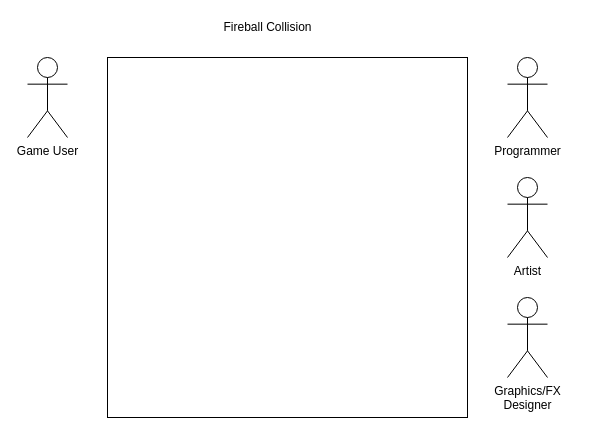
nateqdruen/CISC210Draw keeps this draw.io diagram as CISC210_Fireballs_Druen.drawio. Above is the earlier version. Source tidied: cells renumbered, new cells numbered last; positions are measured from the earlier drawing's top-left corner, leaving out a move shared by most shapes. Both pictures are drawn from the tidied source at 100%, with x=0, y=0 at pixel (27, 17).
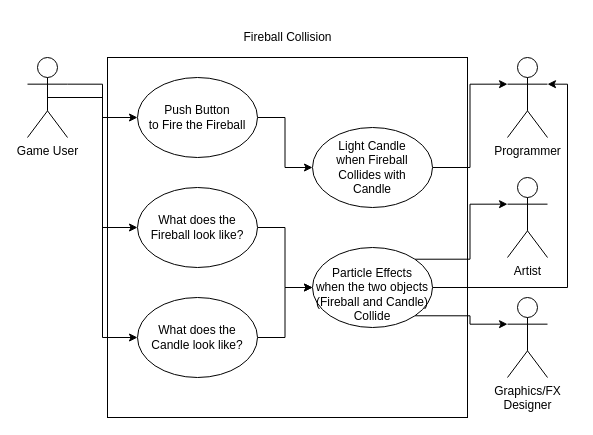
The same diagram, later.

The change refers to these unchanged cells:
```xml
<mxCell id="3" value="&lt;div&gt;Game User&lt;/div&gt;" style="shape=umlActor;verticalLabelPosition=bottom;labelBackgroundColor=#ffffff;verticalAlign=top;html=1;outlineConnect=0;" parent="1" vertex="1">
  <mxGeometry y="40" width="40" height="80" as="geometry" />
</mxCell>
<mxCell id="4" value="&lt;div&gt;Programmer&lt;/div&gt;" style="shape=umlActor;verticalLabelPosition=bottom;labelBackgroundColor=#ffffff;verticalAlign=top;html=1;outlineConnect=0;" parent="1" vertex="1">
  <mxGeometry x="480" y="40" width="40" height="80" as="geometry" />
</mxCell>
<mxCell id="6" value="&lt;div&gt;Artist&lt;/div&gt;" style="shape=umlActor;verticalLabelPosition=bottom;labelBackgroundColor=#ffffff;verticalAlign=top;html=1;outlineConnect=0;" parent="1" vertex="1">
  <mxGeometry x="480" y="160" width="40" height="80" as="geometry" />
</mxCell>
<mxCell id="7" value="&lt;div&gt;Graphics/FX&lt;/div&gt;&lt;div&gt;Designer&lt;/div&gt;" style="shape=umlActor;verticalLabelPosition=bottom;labelBackgroundColor=#ffffff;verticalAlign=top;html=1;outlineConnect=0;" parent="1" vertex="1">
  <mxGeometry x="480" y="280" width="40" height="80" as="geometry" />
</mxCell>
```

The edit, as a diff of the source:
```diff
@@
+    <mxCell id="8" style="edgeStyle=orthogonalEdgeStyle;rounded=0;jettySize=auto;html=1;exitX=1;exitY=0.3333333333333333;exitDx=0;exitDy=0;exitPerimeter=0;" parent="1" edge="1" source="3" target="12">
+      <mxGeometry relative="1" as="geometry" />
+    </mxCell>
+    <mxCell id="9" style="edgeStyle=orthogonalEdgeStyle;rounded=0;jettySize=auto;html=1;exitX=0.5;exitY=0.5;exitDx=0;exitDy=0;exitPerimeter=0;entryX=0;entryY=0.5;entryDx=0;entryDy=0;" parent="1" edge="1" source="3" target="14">
+      <mxGeometry relative="1" as="geometry" />
+    </mxCell>
+    <mxCell id="10" style="edgeStyle=orthogonalEdgeStyle;rounded=0;jettySize=auto;html=1;entryX=0;entryY=0.5;entryDx=0;entryDy=0;" parent="1" edge="1" source="3" target="16">
+      <mxGeometry relative="1" as="geometry" />
+    </mxCell>
@@
     <mxCell id="5" value="&lt;div&gt;Fireball Collision&lt;/div&gt;" style="text;html=1;align=center;verticalAlign=middle;fillColor=none;strokeColor=none;rounded=0;" parent="1" vertex="1">
-      <mxGeometry x="185" width="110" height="20" as="geometry" />
+      <mxGeometry x="205" y="10" width="110" height="20" as="geometry" />
     </mxCell>
@@
+    <mxCell id="11" style="edgeStyle=orthogonalEdgeStyle;rounded=0;jettySize=auto;html=1;exitX=1;exitY=0.5;exitDx=0;exitDy=0;" parent="1" edge="1" source="12" target="18">
+      <mxGeometry relative="1" as="geometry" />
+    </mxCell>
+    <mxCell id="12" value="&lt;div&gt;Push Button&lt;/div&gt;&lt;div&gt;to Fire the Fireball&lt;br&gt;&lt;/div&gt;" style="ellipse;whiteSpace=wrap;html=1;" parent="1" vertex="1">
+      <mxGeometry x="110" y="60" width="120" height="80" as="geometry" />
+    </mxCell>
+    <mxCell id="13" style="edgeStyle=orthogonalEdgeStyle;rounded=0;jettySize=auto;html=1;exitX=1;exitY=0.5;exitDx=0;exitDy=0;entryX=0;entryY=0.5;entryDx=0;entryDy=0;" parent="1" edge="1" source="14" target="22">
+      <mxGeometry relative="1" as="geometry" />
+    </mxCell>
+    <mxCell id="14" value="&lt;div&gt;What does the&lt;/div&gt;&lt;div&gt;Fireball look like?&lt;br&gt;&lt;/div&gt;" style="ellipse;whiteSpace=wrap;html=1;" parent="1" vertex="1">
+      <mxGeometry x="110" y="170" width="120" height="80" as="geometry" />
+    </mxCell>
+    <mxCell id="15" style="edgeStyle=orthogonalEdgeStyle;rounded=0;jettySize=auto;html=1;exitX=1;exitY=0.5;exitDx=0;exitDy=0;" parent="1" edge="1" source="16" target="22">
+      <mxGeometry relative="1" as="geometry" />
+    </mxCell>
+    <mxCell id="16" value="&lt;div&gt;What does the&lt;/div&gt;&lt;div&gt;Candle look like?&lt;br&gt;&lt;/div&gt;" style="ellipse;whiteSpace=wrap;html=1;" parent="1" vertex="1">
+      <mxGeometry x="110" y="280" width="120" height="80" as="geometry" />
+    </mxCell>
+    <mxCell id="17" style="edgeStyle=orthogonalEdgeStyle;rounded=0;jettySize=auto;html=1;exitX=1;exitY=0.5;exitDx=0;exitDy=0;entryX=0;entryY=0.3333333333333333;entryDx=0;entryDy=0;entryPerimeter=0;" parent="1" edge="1" source="18" target="4">
+      <mxGeometry relative="1" as="geometry" />
+    </mxCell>
+    <mxCell id="18" value="&lt;div&gt;Light Candle&lt;/div&gt;&lt;div&gt;when Fireball&lt;/div&gt;&lt;div&gt;Collides with&lt;/div&gt;&lt;div&gt;Candle&lt;br&gt;&lt;/div&gt;" style="ellipse;whiteSpace=wrap;html=1;" parent="1" vertex="1">
+      <mxGeometry x="285" y="110" width="120" height="80" as="geometry" />
+    </mxCell>
+    <mxCell id="19" style="edgeStyle=orthogonalEdgeStyle;rounded=0;jettySize=auto;html=1;exitX=1;exitY=0;exitDx=0;exitDy=0;entryX=0;entryY=0.3333333333333333;entryDx=0;entryDy=0;entryPerimeter=0;" parent="1" edge="1" source="22" target="6">
+      <mxGeometry relative="1" as="geometry" />
+    </mxCell>
+    <mxCell id="20" style="edgeStyle=orthogonalEdgeStyle;rounded=0;jettySize=auto;html=1;exitX=1;exitY=1;exitDx=0;exitDy=0;entryX=0;entryY=0.3333333333333333;entryDx=0;entryDy=0;entryPerimeter=0;" parent="1" edge="1" source="22" target="7">
+      <mxGeometry relative="1" as="geometry" />
+    </mxCell>
+    <mxCell id="21" style="edgeStyle=orthogonalEdgeStyle;rounded=0;jettySize=auto;html=1;exitX=1;exitY=0.5;exitDx=0;exitDy=0;entryX=1;entryY=0.3333333333333333;entryDx=0;entryDy=0;entryPerimeter=0;" parent="1" edge="1" source="22" target="4">
+      <mxGeometry relative="1" as="geometry" />
+    </mxCell>
+    <mxCell id="22" value="&lt;div&gt;&lt;br&gt;&lt;/div&gt;&lt;div&gt;Particle Effects&lt;/div&gt;&lt;div&gt;when the two objects&lt;/div&gt;&lt;div&gt;(Fireball and Candle)&lt;/div&gt;Collide" style="ellipse;whiteSpace=wrap;html=1;" parent="1" vertex="1">
+      <mxGeometry x="285" y="230" width="120" height="80" as="geometry" />
+    </mxCell>
```
